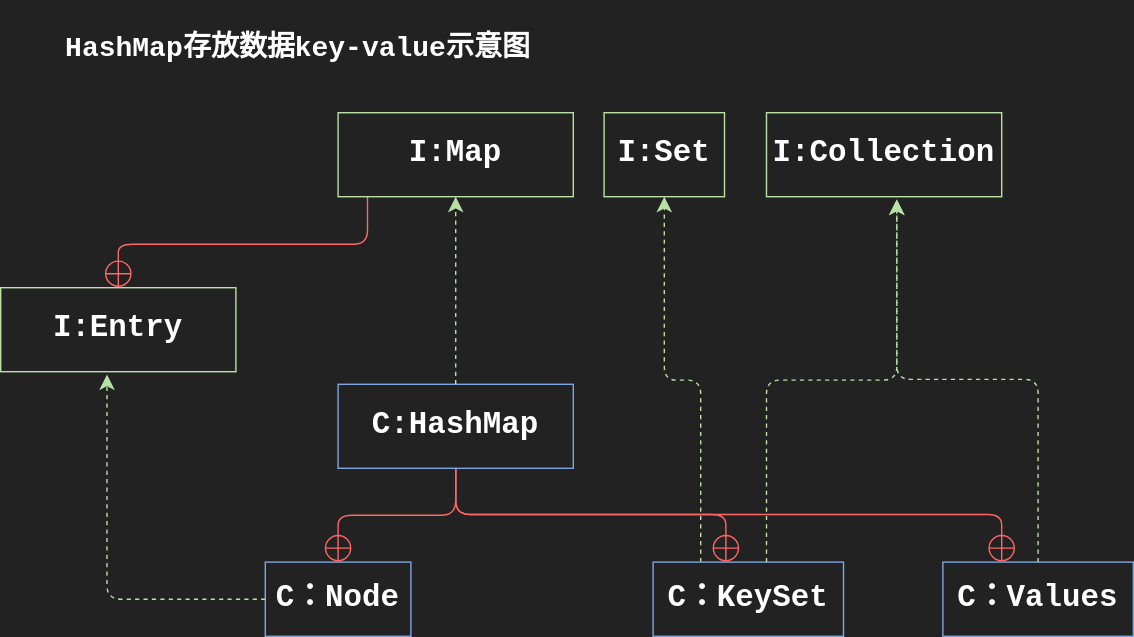
This is drawio/MapInterface.svg from Stolorzs/Picgo, a draw.io export, as it was before one commit. Source tidied: cells renumbered, new cells last; positions are measured from the earlier drawing's top-left corner, leaving out a move shared by most shapes. Its diagram source:
```xml
<mxGraphModel background="#222222">
  <root>
    <mxCell id="0" />
    <mxCell id="1" parent="0" />
    <mxCell id="2" style="edgeStyle=orthogonalEdgeStyle;rounded=1;jettySize=auto;html=1;fontSize=12;startSize=8;endSize=8;strokeColor=#FF6666;endArrow=circlePlus;endFill=0;" parent="1" edge="1" source="5" target="8">
      <mxGeometry relative="1" as="geometry" />
    </mxCell>
    <mxCell id="3" style="edgeStyle=orthogonalEdgeStyle;rounded=1;jettySize=auto;html=1;strokeColor=#FF6666;align=center;verticalAlign=middle;fontFamily=Helvetica;fontSize=12;fontColor=default;labelBackgroundColor=default;startSize=8;endArrow=circlePlus;endFill=0;endSize=8;" parent="1" edge="1" source="5" target="14">
      <mxGeometry relative="1" as="geometry">
        <Array as="points">
          <mxPoint x="325" y="367" />
          <mxPoint x="518" y="367" />
        </Array>
      </mxGeometry>
    </mxCell>
    <mxCell id="4" style="edgeStyle=orthogonalEdgeStyle;rounded=1;jettySize=auto;html=1;strokeColor=#FF6666;align=center;verticalAlign=middle;fontFamily=Helvetica;fontSize=12;fontColor=default;labelBackgroundColor=default;startSize=8;endArrow=circlePlus;endFill=0;endSize=8;" parent="1" edge="1" source="5" target="15">
      <mxGeometry relative="1" as="geometry">
        <Array as="points">
          <mxPoint x="325" y="367" />
          <mxPoint x="715" y="367" />
        </Array>
      </mxGeometry>
    </mxCell>
    <mxCell id="5" value="&lt;font color=&quot;#ffffff&quot; style=&quot;font-size: 22px;&quot; face=&quot;Courier New&quot;&gt;&lt;b&gt;C:HashMap&lt;/b&gt;&lt;/font&gt;" style="whiteSpace=wrap;html=1;fillColor=none;strokeColor=#7EA6E0;" parent="1" vertex="1">
      <mxGeometry x="241" y="274" width="168" height="60" as="geometry" />
    </mxCell>
    <mxCell id="6" style="edgeStyle=orthogonalEdgeStyle;rounded=1;jettySize=auto;html=1;strokeColor=#FF6666;align=center;verticalAlign=middle;fontFamily=Helvetica;fontSize=12;fontColor=default;labelBackgroundColor=default;startSize=8;endArrow=circlePlus;endFill=0;endSize=8;" parent="1" edge="1" source="7" target="9">
      <mxGeometry relative="1" as="geometry">
        <Array as="points">
          <mxPoint x="262" y="174" />
          <mxPoint x="84" y="174" />
        </Array>
      </mxGeometry>
    </mxCell>
    <mxCell id="7" value="&lt;font color=&quot;#ffffff&quot; style=&quot;font-size: 22px;&quot; face=&quot;Courier New&quot;&gt;&lt;b&gt;I:Map&lt;/b&gt;&lt;/font&gt;" style="whiteSpace=wrap;html=1;fillColor=none;strokeColor=#B9E0A5;" parent="1" vertex="1">
      <mxGeometry x="241" y="80" width="168" height="60" as="geometry" />
    </mxCell>
    <mxCell id="8" value="&lt;font face=&quot;Courier New&quot; color=&quot;#ffffff&quot;&gt;&lt;span style=&quot;caret-color: rgb(255, 255, 255); font-size: 22px;&quot;&gt;&lt;b&gt;C：Node&lt;/b&gt;&lt;/span&gt;&lt;/font&gt;" style="whiteSpace=wrap;html=1;fillColor=none;strokeColor=#7EA6E0;" parent="1" vertex="1">
      <mxGeometry x="189" y="401" width="104" height="53" as="geometry" />
    </mxCell>
    <mxCell id="9" value="&lt;font color=&quot;#ffffff&quot; style=&quot;font-size: 22px;&quot; face=&quot;Courier New&quot;&gt;&lt;b&gt;I:Entry&lt;/b&gt;&lt;/font&gt;" style="whiteSpace=wrap;html=1;fillColor=none;strokeColor=#B9E0A5;" parent="1" vertex="1">
      <mxGeometry y="205" width="168" height="60" as="geometry" />
    </mxCell>
    <mxCell id="10" style="edgeStyle=orthogonalEdgeStyle;rounded=1;jettySize=auto;html=1;entryX=0.452;entryY=1.033;entryDx=0;entryDy=0;entryPerimeter=0;dashed=1;strokeColor=#B9E0A5;align=center;verticalAlign=middle;fontFamily=Helvetica;fontSize=12;fontColor=default;labelBackgroundColor=default;startSize=8;endArrow=classic;endSize=8;curved=0;" parent="1" edge="1" source="8" target="9">
      <mxGeometry relative="1" as="geometry">
        <Array as="points">
          <mxPoint x="76" y="427" />
        </Array>
      </mxGeometry>
    </mxCell>
    <mxCell id="11" value="&lt;font size=&quot;1&quot; face=&quot;Courier New&quot; color=&quot;#ffffff&quot;&gt;&lt;span style=&quot;caret-color: rgb(255, 255, 255);&quot;&gt;&lt;b style=&quot;font-size: 20px;&quot;&gt;HashMap存放数据key-value示意图&lt;/b&gt;&lt;/span&gt;&lt;/font&gt;" style="whiteSpace=wrap;html=1;fillColor=none;strokeColor=none;" parent="1" vertex="1">
      <mxGeometry x="14" width="397" height="68" as="geometry" />
    </mxCell>
    <mxCell id="12" value="&lt;font color=&quot;#ffffff&quot; style=&quot;font-size: 22px;&quot; face=&quot;Courier New&quot;&gt;&lt;b&gt;I:Collection&lt;/b&gt;&lt;/font&gt;" style="whiteSpace=wrap;html=1;fillColor=none;strokeColor=#B9E0A5;" parent="1" vertex="1">
      <mxGeometry x="547" y="80" width="168" height="60" as="geometry" />
    </mxCell>
    <mxCell id="13" style="edgeStyle=orthogonalEdgeStyle;curved=0;rounded=1;jettySize=auto;html=1;entryX=0.5;entryY=1;entryDx=0;entryDy=0;dashed=1;strokeColor=#B9E0A5;align=center;verticalAlign=middle;fontFamily=Helvetica;fontSize=12;fontColor=default;labelBackgroundColor=default;startSize=8;endArrow=classic;endSize=8;" parent="1" edge="1" source="14" target="19">
      <mxGeometry relative="1" as="geometry">
        <Array as="points">
          <mxPoint x="500" y="271" />
          <mxPoint x="474" y="271" />
        </Array>
      </mxGeometry>
    </mxCell>
    <mxCell id="14" value="&lt;font face=&quot;Courier New&quot; color=&quot;#ffffff&quot;&gt;&lt;span style=&quot;caret-color: rgb(255, 255, 255); font-size: 22px;&quot;&gt;&lt;b&gt;C：KeySet&lt;/b&gt;&lt;/span&gt;&lt;/font&gt;" style="whiteSpace=wrap;html=1;fillColor=none;strokeColor=#7EA6E0;" parent="1" vertex="1">
      <mxGeometry x="466" y="401" width="136" height="53" as="geometry" />
    </mxCell>
    <mxCell id="15" value="&lt;font face=&quot;Courier New&quot; color=&quot;#ffffff&quot;&gt;&lt;span style=&quot;caret-color: rgb(255, 255, 255); font-size: 22px;&quot;&gt;&lt;b&gt;C：Values&lt;/b&gt;&lt;/span&gt;&lt;/font&gt;" style="whiteSpace=wrap;html=1;fillColor=none;strokeColor=#7EA6E0;" parent="1" vertex="1">
      <mxGeometry x="673" y="401" width="136" height="53" as="geometry" />
    </mxCell>
    <mxCell id="16" style="edgeStyle=orthogonalEdgeStyle;rounded=1;jettySize=auto;html=1;entryX=0.554;entryY=1.033;entryDx=0;entryDy=0;entryPerimeter=0;dashed=1;strokeColor=#B9E0A5;align=center;verticalAlign=middle;fontFamily=Helvetica;fontSize=12;fontColor=default;labelBackgroundColor=default;startSize=8;endArrow=classic;endSize=8;curved=0;" parent="1" edge="1" source="15" target="12">
      <mxGeometry relative="1" as="geometry" />
    </mxCell>
    <mxCell id="17" style="edgeStyle=orthogonalEdgeStyle;curved=0;rounded=1;jettySize=auto;html=1;dashed=1;strokeColor=#B9E0A5;align=center;verticalAlign=middle;fontFamily=Helvetica;fontSize=12;fontColor=default;labelBackgroundColor=default;startSize=8;endArrow=classic;endSize=8;entryX=0.554;entryY=1.033;entryDx=0;entryDy=0;entryPerimeter=0;" parent="1" edge="1" source="14" target="12">
      <mxGeometry relative="1" as="geometry">
        <Array as="points">
          <mxPoint x="547" y="271" />
          <mxPoint x="640" y="271" />
        </Array>
      </mxGeometry>
    </mxCell>
    <mxCell id="18" style="edgeStyle=orthogonalEdgeStyle;rounded=1;jettySize=auto;html=1;fontSize=12;startSize=8;endSize=8;strokeColor=#B9E0A5;dashed=1;curved=0;" parent="1" edge="1" source="5" target="7">
      <mxGeometry relative="1" as="geometry" />
    </mxCell>
    <mxCell id="19" value="&lt;font color=&quot;#ffffff&quot; style=&quot;font-size: 22px;&quot; face=&quot;Courier New&quot;&gt;&lt;b&gt;I:Set&lt;/b&gt;&lt;/font&gt;" style="whiteSpace=wrap;html=1;fillColor=none;strokeColor=#B9E0A5;" parent="1" vertex="1">
      <mxGeometry x="431" y="80" width="86" height="60" as="geometry" />
    </mxCell>
  </root>
</mxGraphModel>
```
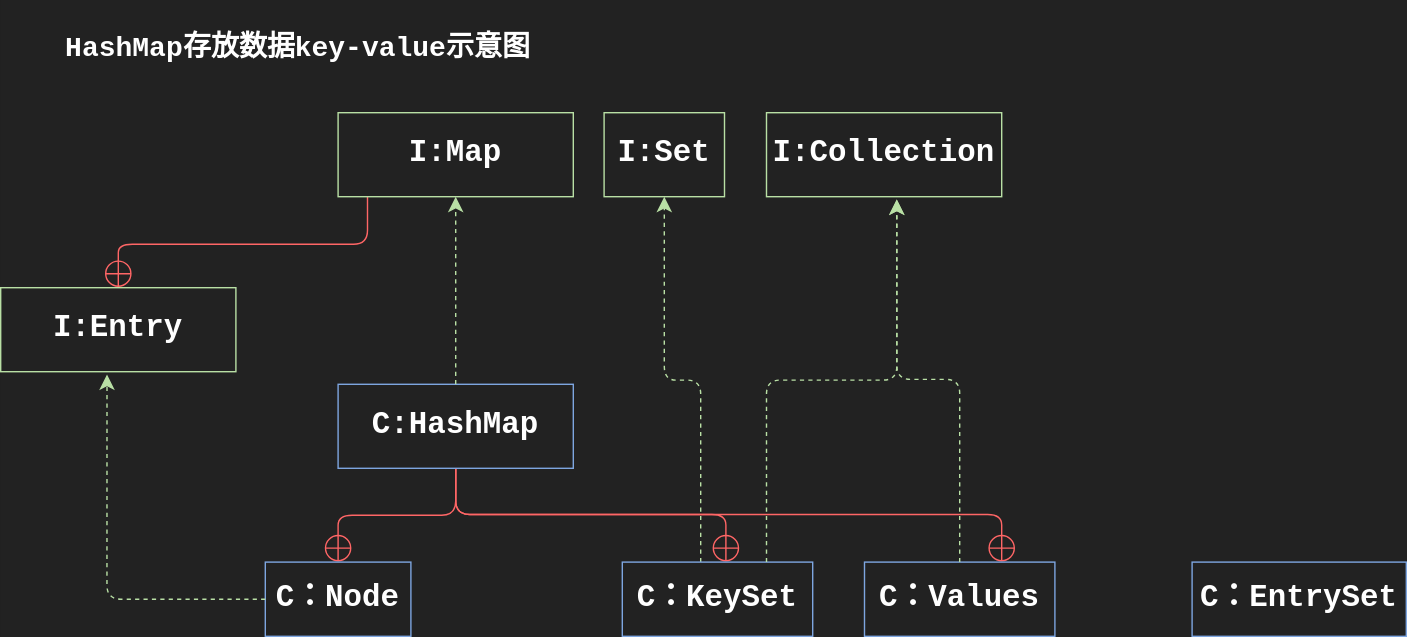
The same file after the commit.

Change to the diagram source:
```diff
@@ -63,10 +63,10 @@
       </mxGeometry>
     </mxCell>
     <mxCell id="14" value="&lt;font face=&quot;Courier New&quot; color=&quot;#ffffff&quot;&gt;&lt;span style=&quot;caret-color: rgb(255, 255, 255); font-size: 22px;&quot;&gt;&lt;b&gt;C：KeySet&lt;/b&gt;&lt;/span&gt;&lt;/font&gt;" style="whiteSpace=wrap;html=1;fillColor=none;strokeColor=#7EA6E0;" parent="1" vertex="1">
-      <mxGeometry x="466" y="401" width="136" height="53" as="geometry" />
+      <mxGeometry x="444" y="401" width="136" height="53" as="geometry" />
     </mxCell>
     <mxCell id="15" value="&lt;font face=&quot;Courier New&quot; color=&quot;#ffffff&quot;&gt;&lt;span style=&quot;caret-color: rgb(255, 255, 255); font-size: 22px;&quot;&gt;&lt;b&gt;C：Values&lt;/b&gt;&lt;/span&gt;&lt;/font&gt;" style="whiteSpace=wrap;html=1;fillColor=none;strokeColor=#7EA6E0;" parent="1" vertex="1">
-      <mxGeometry x="673" y="401" width="136" height="53" as="geometry" />
+      <mxGeometry x="617" y="401" width="136" height="53" as="geometry" />
     </mxCell>
     <mxCell id="16" style="edgeStyle=orthogonalEdgeStyle;rounded=1;jettySize=auto;html=1;entryX=0.554;entryY=1.033;entryDx=0;entryDy=0;entryPerimeter=0;dashed=1;strokeColor=#B9E0A5;align=center;verticalAlign=middle;fontFamily=Helvetica;fontSize=12;fontColor=default;labelBackgroundColor=default;startSize=8;endArrow=classic;endSize=8;curved=0;" parent="1" edge="1" source="15" target="12">
       <mxGeometry relative="1" as="geometry" />
@@ -85,5 +85,8 @@
     <mxCell id="19" value="&lt;font color=&quot;#ffffff&quot; style=&quot;font-size: 22px;&quot; face=&quot;Courier New&quot;&gt;&lt;b&gt;I:Set&lt;/b&gt;&lt;/font&gt;" style="whiteSpace=wrap;html=1;fillColor=none;strokeColor=#B9E0A5;" parent="1" vertex="1">
       <mxGeometry x="431" y="80" width="86" height="60" as="geometry" />
     </mxCell>
+    <mxCell id="20" value="&lt;font face=&quot;Courier New&quot; color=&quot;#ffffff&quot;&gt;&lt;span style=&quot;caret-color: rgb(255, 255, 255); font-size: 22px;&quot;&gt;&lt;b&gt;C：EntrySet&lt;/b&gt;&lt;/span&gt;&lt;/font&gt;" style="whiteSpace=wrap;html=1;fillColor=none;strokeColor=#7EA6E0;" parent="1" vertex="1">
+      <mxGeometry x="851" y="401" width="153" height="53" as="geometry" />
+    </mxCell>
   </root>
 </mxGraphModel>
```
